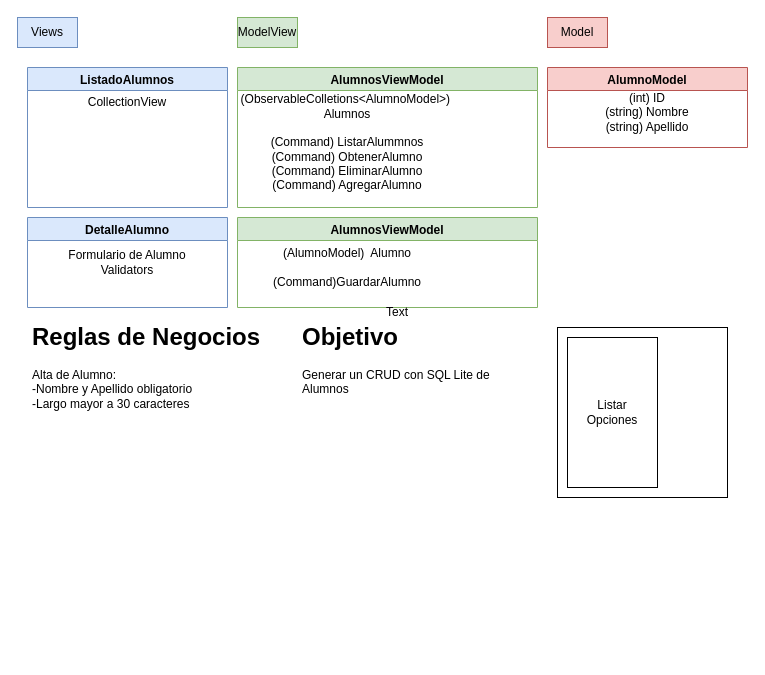
This is NetMAUI_Clase6_Crud_SQLLite/Diagram.drawio from maurobernal/netmaui, a draw.io file, before an edit. Source tidied: cells renumbered, new cells numbered last; positions are measured from the earlier drawing's top-left corner, leaving out a move shared by most shapes. Both pictures are drawn from the tidied source at 100%, with x=0, y=0 at pixel (17, 17).
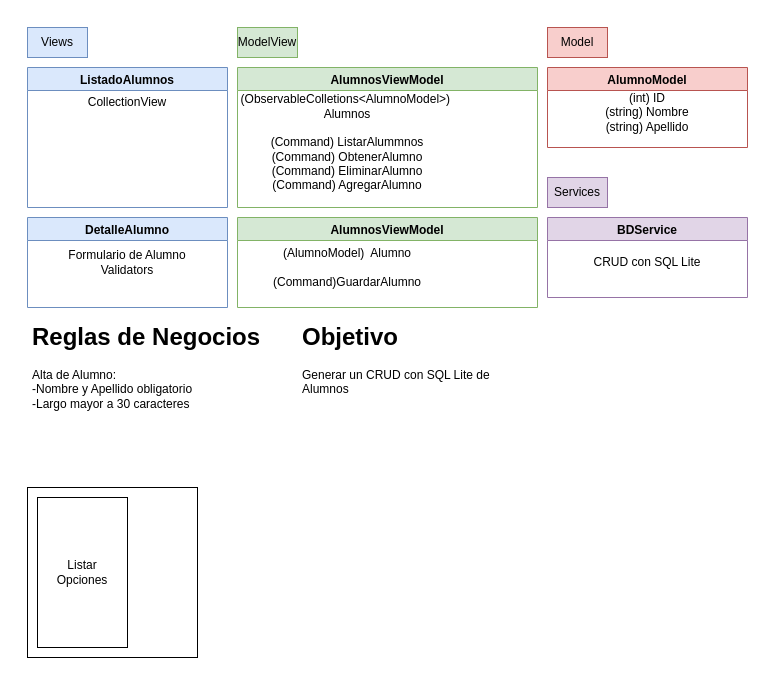
Above is the later version.

The edit, as a diff of the source:
```diff
@@
     <mxCell id="6" value="Views" style="text;html=1;strokeColor=#6c8ebf;fillColor=#dae8fc;align=center;verticalAlign=middle;whiteSpace=wrap;rounded=0;" parent="1" vertex="1">
-      <mxGeometry width="60" height="30" as="geometry" />
+      <mxGeometry x="10" y="10" width="60" height="30" as="geometry" />
     </mxCell>
     <mxCell id="7" value="ModelView" style="text;html=1;strokeColor=#82b366;fillColor=#d5e8d4;align=center;verticalAlign=middle;whiteSpace=wrap;rounded=0;" parent="1" vertex="1">
-      <mxGeometry x="220" width="60" height="30" as="geometry" />
+      <mxGeometry x="220" y="10" width="60" height="30" as="geometry" />
     </mxCell>
     <mxCell id="8" value="Model" style="text;html=1;strokeColor=#b85450;fillColor=#f8cecc;align=center;verticalAlign=middle;whiteSpace=wrap;rounded=0;" parent="1" vertex="1">
-      <mxGeometry x="530" width="60" height="30" as="geometry" />
+      <mxGeometry x="530" y="10" width="60" height="30" as="geometry" />
     </mxCell>
@@
     <mxCell id="17" style="whiteSpace=wrap;html=1;" parent="1" vertex="1">
-      <mxGeometry x="540" y="310" width="170" height="170" as="geometry" />
+      <mxGeometry x="10" y="470" width="170" height="170" as="geometry" />
     </mxCell>
     <mxCell id="18" value="Listar&lt;br&gt;Opciones" style="rounded=0;whiteSpace=wrap;html=1;" parent="1" vertex="1">
-      <mxGeometry x="550" y="320" width="90" height="150" as="geometry" />
+      <mxGeometry x="20" y="480" width="90" height="150" as="geometry" />
     </mxCell>
-    <mxCell id="19" value="Text" style="text;html=1;strokeColor=none;fillColor=none;align=center;verticalAlign=middle;whiteSpace=wrap;rounded=0;" parent="1" vertex="1">
-      <mxGeometry x="350" y="280" width="60" height="30" as="geometry" />
-    </mxCell>
+    <mxCell id="20" value="Services" style="text;html=1;strokeColor=#9673a6;fillColor=#e1d5e7;align=center;verticalAlign=middle;whiteSpace=wrap;rounded=0;" parent="1" vertex="1">
+      <mxGeometry x="530" y="160" width="60" height="30" as="geometry" />
+    </mxCell>
+    <mxCell id="21" value="BDService" style="swimlane;fillColor=#e1d5e7;strokeColor=#9673a6;" parent="1" vertex="1">
+      <mxGeometry x="530" y="200" width="200" height="80" as="geometry" />
+    </mxCell>
+    <mxCell id="22" value="CRUD con SQL Lite" style="text;html=1;strokeColor=none;fillColor=none;align=center;verticalAlign=middle;whiteSpace=wrap;rounded=0;" parent="21" vertex="1">
+      <mxGeometry x="10" y="30" width="180" height="30" as="geometry" />
+    </mxCell>
```
